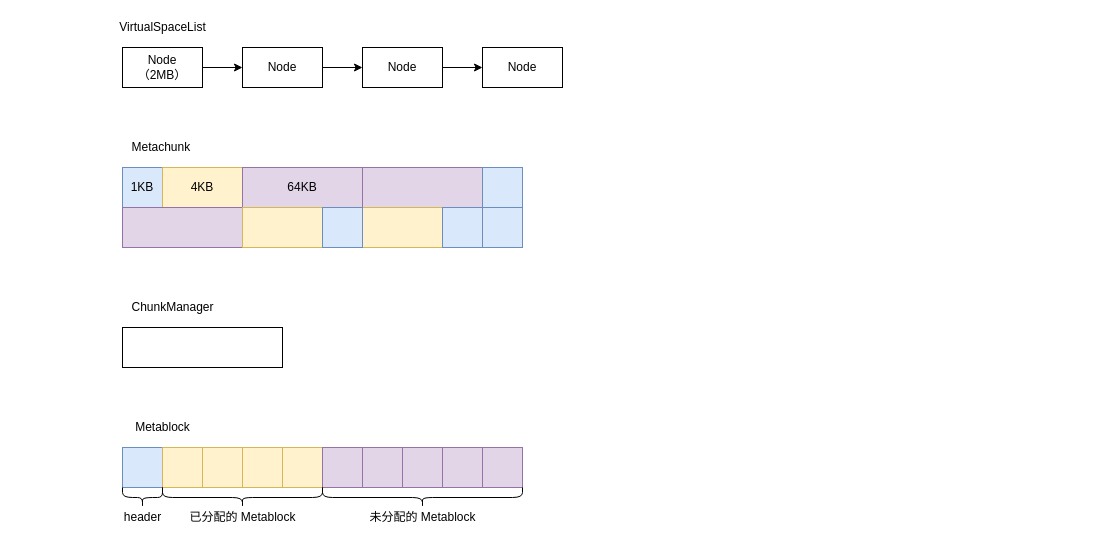
Above: JVM 方法区/JVM 方法区.drawio in zero-97/picture-of-the-article (draw.io), before the change. Source tidied: cells renumbered, new cells numbered last; positions are measured from the earlier drawing's top-left corner, leaving out a move shared by most shapes. Both pictures are drawn from the tidied source at 100%, with x=0, y=0 at pixel (112, 17).
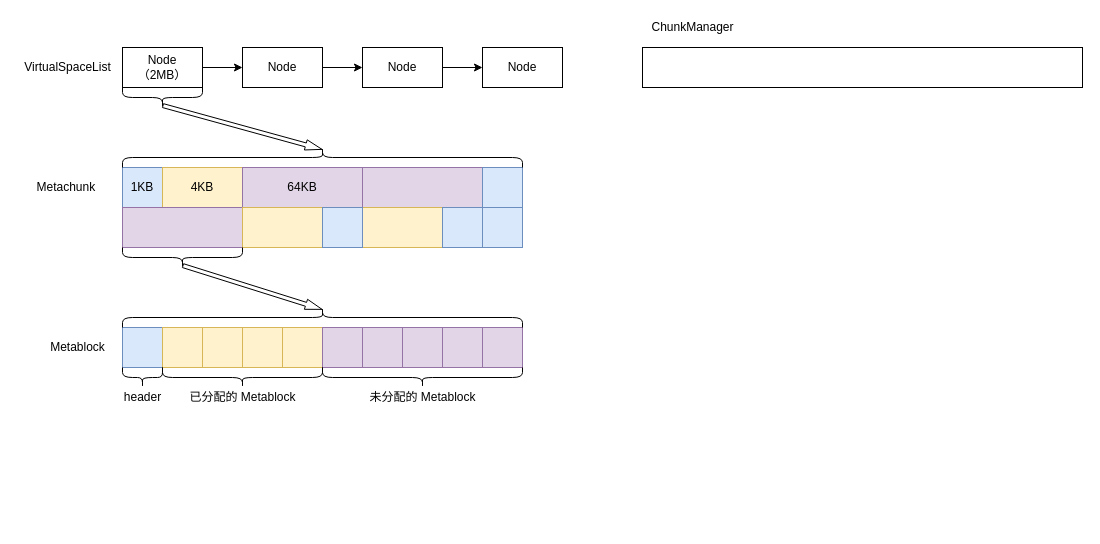
Above is the later version.

Change to the diagram source:
```diff
@@
     <mxCell id="9" value="VirtualSpaceList" style="text;html=1;align=center;verticalAlign=middle;strokeColor=none;fillColor=none;" parent="1" vertex="1">
-      <mxGeometry width="100" height="20" as="geometry" />
+      <mxGeometry x="-95" y="40" width="100" height="20" as="geometry" />
     </mxCell>
     <mxCell id="10" value="Metachunk&amp;nbsp;" style="text;html=1;align=center;verticalAlign=middle;strokeColor=none;fillColor=none;" parent="1" vertex="1">
-      <mxGeometry x="10" y="120" width="80" height="20" as="geometry" />
+      <mxGeometry x="-85" y="160" width="80" height="20" as="geometry" />
     </mxCell>
@@
     <mxCell id="20" value="ChunkManager" style="text;html=1;align=center;verticalAlign=middle;strokeColor=none;fillColor=none;" parent="1" vertex="1">
-      <mxGeometry x="10" y="280" width="100" height="20" as="geometry" />
+      <mxGeometry x="530" width="100" height="20" as="geometry" />
     </mxCell>
     <mxCell id="21" style="rounded=0;whiteSpace=wrap;html=1;" parent="1" vertex="1">
-      <mxGeometry x="10" y="310" width="160" height="40" as="geometry" />
+      <mxGeometry x="530" y="30" width="440" height="40" as="geometry" />
     </mxCell>
@@
     <mxCell id="24" value="Metablock" style="text;html=1;align=center;verticalAlign=middle;strokeColor=none;fillColor=none;" parent="1" vertex="1">
-      <mxGeometry x="15" y="400" width="70" height="20" as="geometry" />
+      <mxGeometry x="-70" y="320" width="70" height="20" as="geometry" />
     </mxCell>
     <mxCell id="25" style="rounded=0;whiteSpace=wrap;html=1;fillColor=#dae8fc;strokeColor=#6c8ebf;" parent="1" vertex="1">
-      <mxGeometry x="10" y="430" width="40" height="40" as="geometry" />
+      <mxGeometry x="10" y="310" width="40" height="40" as="geometry" />
     </mxCell>
     <mxCell id="26" style="rounded=0;whiteSpace=wrap;html=1;fillColor=#fff2cc;strokeColor=#d6b656;" parent="1" vertex="1">
-      <mxGeometry x="50" y="430" width="40" height="40" as="geometry" />
+      <mxGeometry x="50" y="310" width="40" height="40" as="geometry" />
     </mxCell>
     <mxCell id="27" style="rounded=0;whiteSpace=wrap;html=1;fillColor=#fff2cc;strokeColor=#d6b656;" parent="1" vertex="1">
-      <mxGeometry x="90" y="430" width="40" height="40" as="geometry" />
+      <mxGeometry x="90" y="310" width="40" height="40" as="geometry" />
     </mxCell>
     <mxCell id="28" style="rounded=0;whiteSpace=wrap;html=1;fillColor=#fff2cc;strokeColor=#d6b656;" parent="1" vertex="1">
-      <mxGeometry x="130" y="430" width="40" height="40" as="geometry" />
+      <mxGeometry x="130" y="310" width="40" height="40" as="geometry" />
     </mxCell>
     <mxCell id="29" style="rounded=0;whiteSpace=wrap;html=1;fillColor=#fff2cc;strokeColor=#d6b656;" parent="1" vertex="1">
-      <mxGeometry x="170" y="430" width="40" height="40" as="geometry" />
+      <mxGeometry x="170" y="310" width="40" height="40" as="geometry" />
     </mxCell>
     <mxCell id="30" style="rounded=0;whiteSpace=wrap;html=1;fillColor=#e1d5e7;strokeColor=#9673a6;" parent="1" vertex="1">
-      <mxGeometry x="210" y="430" width="40" height="40" as="geometry" />
+      <mxGeometry x="210" y="310" width="40" height="40" as="geometry" />
     </mxCell>
     <mxCell id="31" style="rounded=0;whiteSpace=wrap;html=1;fillColor=#e1d5e7;strokeColor=#9673a6;" parent="1" vertex="1">
-      <mxGeometry x="250" y="430" width="40" height="40" as="geometry" />
+      <mxGeometry x="250" y="310" width="40" height="40" as="geometry" />
     </mxCell>
     <mxCell id="32" style="rounded=0;whiteSpace=wrap;html=1;fillColor=#e1d5e7;strokeColor=#9673a6;" parent="1" vertex="1">
-      <mxGeometry x="290" y="430" width="40" height="40" as="geometry" />
+      <mxGeometry x="290" y="310" width="40" height="40" as="geometry" />
     </mxCell>
     <mxCell id="33" style="rounded=0;whiteSpace=wrap;html=1;fillColor=#e1d5e7;strokeColor=#9673a6;" parent="1" vertex="1">
-      <mxGeometry x="330" y="430" width="40" height="40" as="geometry" />
+      <mxGeometry x="330" y="310" width="40" height="40" as="geometry" />
     </mxCell>
     <mxCell id="34" style="rounded=0;whiteSpace=wrap;html=1;fillColor=#e1d5e7;strokeColor=#9673a6;" parent="1" vertex="1">
-      <mxGeometry x="370" y="430" width="40" height="40" as="geometry" />
+      <mxGeometry x="370" y="310" width="40" height="40" as="geometry" />
     </mxCell>
     <mxCell id="35" style="shape=curlyBracket;whiteSpace=wrap;html=1;rounded=1;rotation=-90;" parent="1" vertex="1">
-      <mxGeometry x="20" y="460" width="20" height="40" as="geometry" />
+      <mxGeometry x="20" y="340" width="20" height="40" as="geometry" />
     </mxCell>
     <mxCell id="36" style="shape=curlyBracket;whiteSpace=wrap;html=1;rounded=1;rotation=-90;" parent="1" vertex="1">
-      <mxGeometry x="120" y="400" width="20" height="160" as="geometry" />
+      <mxGeometry x="120" y="280" width="20" height="160" as="geometry" />
     </mxCell>
     <mxCell id="37" style="shape=curlyBracket;whiteSpace=wrap;html=1;rounded=1;rotation=-90;" parent="1" vertex="1">
-      <mxGeometry x="300" y="380" width="20" height="200" as="geometry" />
+      <mxGeometry x="300" y="260" width="20" height="200" as="geometry" />
     </mxCell>
     <mxCell id="38" value="header" style="text;html=1;align=center;verticalAlign=middle;strokeColor=none;fillColor=none;" parent="1" vertex="1">
-      <mxGeometry x="5" y="490" width="50" height="20" as="geometry" />
+      <mxGeometry x="5" y="370" width="50" height="20" as="geometry" />
     </mxCell>
     <mxCell id="39" value="已分配的 Metablock" style="text;html=1;align=center;verticalAlign=middle;strokeColor=none;fillColor=none;" parent="1" vertex="1">
-      <mxGeometry x="70" y="490" width="120" height="20" as="geometry" />
+      <mxGeometry x="70" y="370" width="120" height="20" as="geometry" />
     </mxCell>
     <mxCell id="40" value="未分配的 Metablock" style="text;html=1;align=center;verticalAlign=middle;strokeColor=none;fillColor=none;" parent="1" vertex="1">
-      <mxGeometry x="250" y="490" width="120" height="20" as="geometry" />
+      <mxGeometry x="250" y="370" width="120" height="20" as="geometry" />
     </mxCell>
+    <mxCell id="41" style="shape=flexArrow;endArrow=classic;html=1;rounded=0;width=4;endSize=5.275862068965518;endWidth=5.517241379310345;entryX=0.1;entryY=0.5;entryDx=0;entryDy=0;entryPerimeter=0;exitX=0.1;exitY=0.5;exitDx=0;exitDy=0;exitPerimeter=0;" parent="1" edge="1" source="46" target="42">
+      <mxGeometry relative="1" as="geometry" />
+    </mxCell>
+    <mxCell id="42" style="shape=curlyBracket;whiteSpace=wrap;html=1;rounded=1;rotation=90;size=0.5;" parent="1" vertex="1">
+      <mxGeometry x="200" y="-60" width="20" height="400" as="geometry" />
+    </mxCell>
+    <mxCell id="43" style="shape=flexArrow;endArrow=classic;html=1;rounded=0;width=4;endSize=5.275862068965518;endWidth=5.517241379310345;entryX=0.1;entryY=0.5;entryDx=0;entryDy=0;entryPerimeter=0;exitX=0.1;exitY=0.5;exitDx=0;exitDy=0;exitPerimeter=0;" parent="1" edge="1" source="45" target="44">
+      <mxGeometry relative="1" as="geometry" />
+    </mxCell>
+    <mxCell id="44" style="shape=curlyBracket;whiteSpace=wrap;html=1;rounded=1;rotation=90;size=0.5;" parent="1" vertex="1">
+      <mxGeometry x="200" y="100" width="20" height="400" as="geometry" />
+    </mxCell>
+    <mxCell id="45" style="shape=curlyBracket;whiteSpace=wrap;html=1;rounded=1;rotation=-90;" parent="1" vertex="1">
+      <mxGeometry x="60" y="180" width="20" height="120" as="geometry" />
+    </mxCell>
+    <mxCell id="46" style="shape=curlyBracket;whiteSpace=wrap;html=1;rounded=1;rotation=-90;" parent="1" vertex="1">
+      <mxGeometry x="40" y="40" width="20" height="80" as="geometry" />
+    </mxCell>
```
